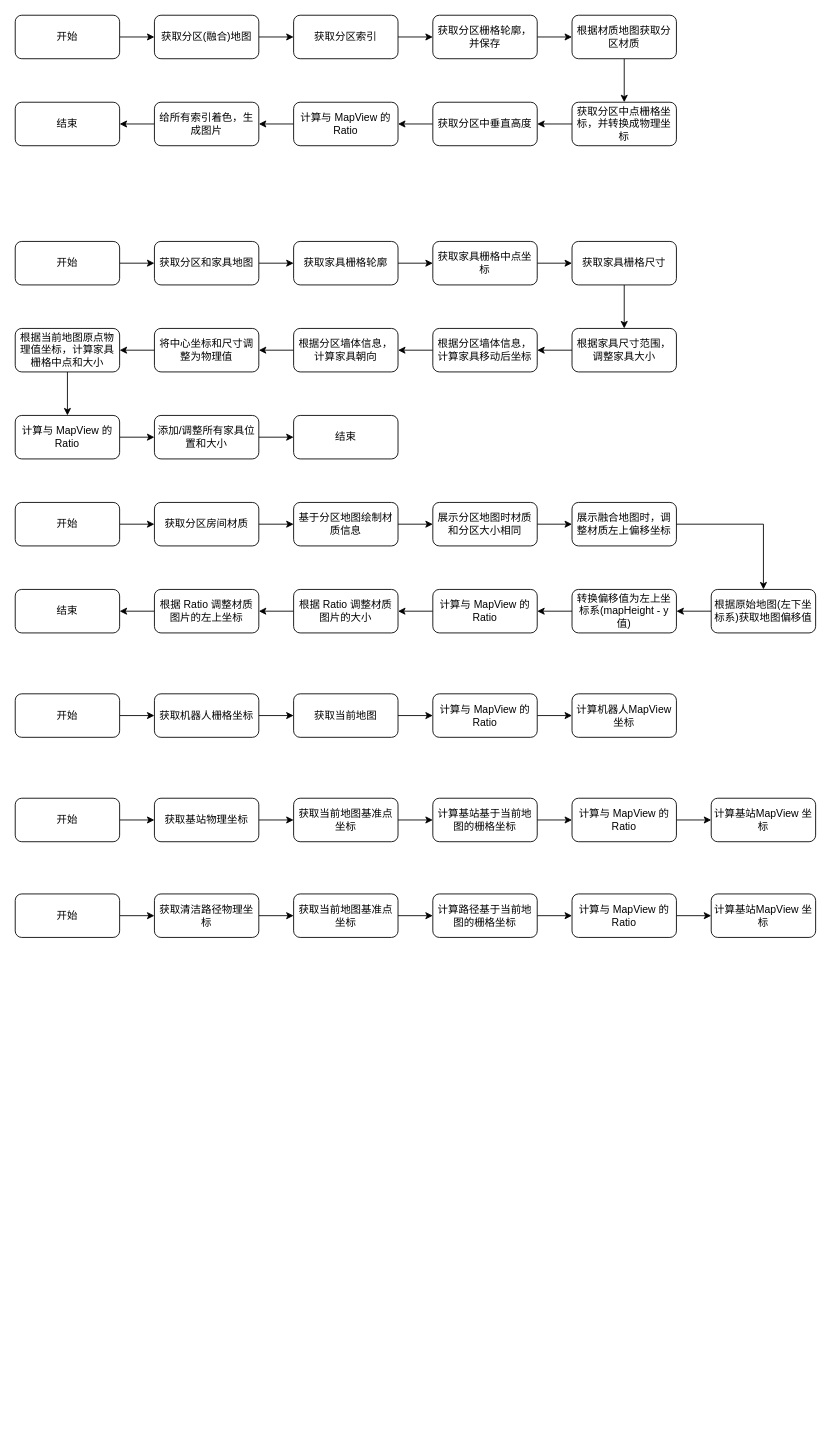
The draw.io diagram 融合地图方案整理.drawio in dev-dylan/draw.io, before the edit. Source tidied: cells renumbered, new cells numbered last; positions are measured from the earlier drawing's top-left corner, leaving out a move shared by most shapes. Both pictures are drawn from the tidied source at 87%, with x=0, y=0 at pixel (15, 15).
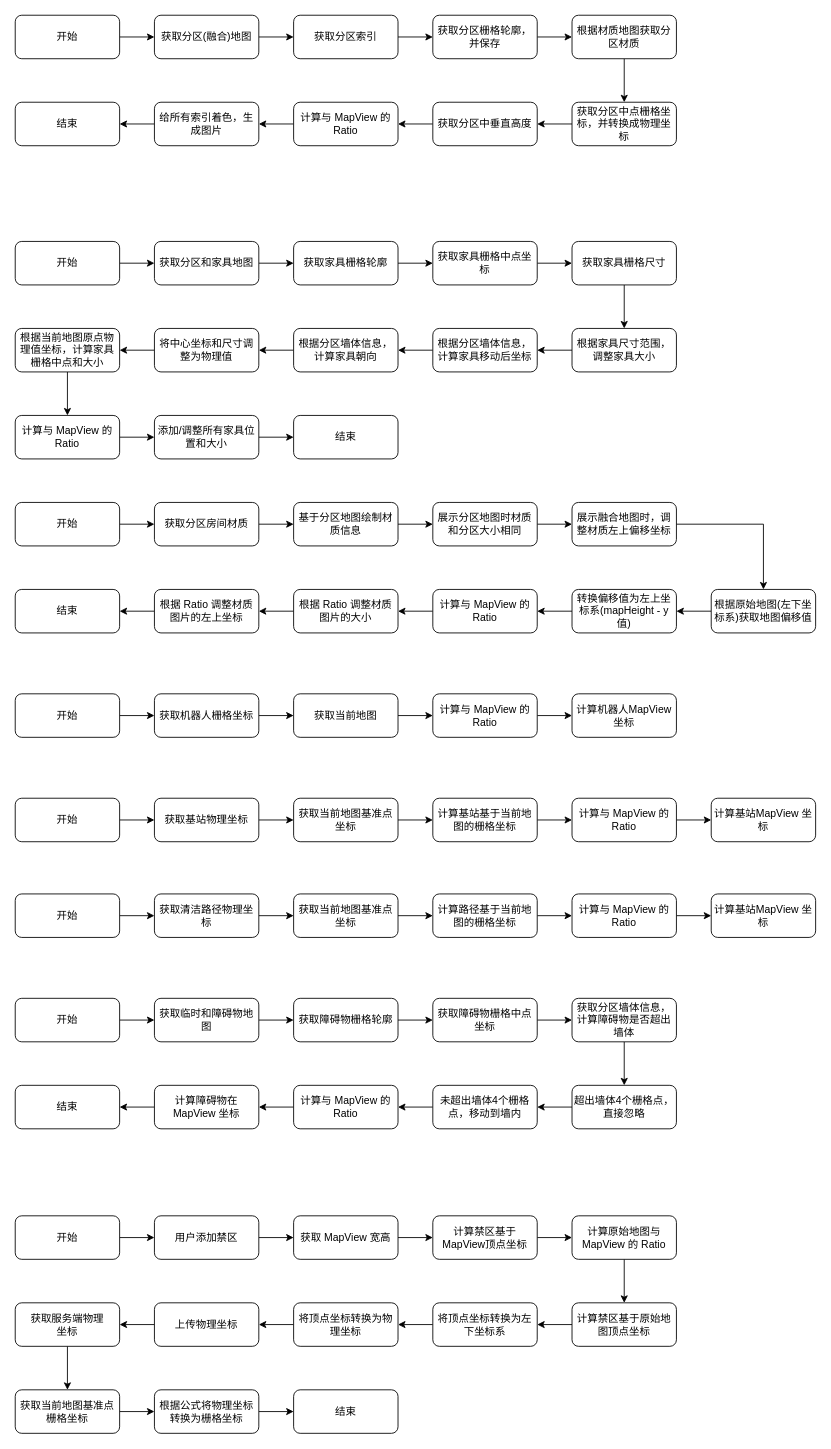
After the change.

Commit message:
更新融合地图方案整理.drawio

Change to the diagram source:
```diff
@@
+    <mxCell id="98" style="edgeStyle=orthogonalEdgeStyle;rounded=0;jettySize=auto;html=1;exitX=1;exitY=0.5;exitDx=0;exitDy=0;" parent="1" edge="1" source="99" target="101">
+      <mxGeometry relative="1" as="geometry" />
+    </mxCell>
+    <mxCell id="99" value="开始" style="rounded=1;whiteSpace=wrap;html=1;" parent="1" vertex="1">
+      <mxGeometry y="1130" width="120" height="50" as="geometry" />
+    </mxCell>
+    <mxCell id="100" style="edgeStyle=orthogonalEdgeStyle;rounded=0;jettySize=auto;html=1;exitX=1;exitY=0.5;exitDx=0;exitDy=0;" parent="1" edge="1" source="101" target="103">
+      <mxGeometry relative="1" as="geometry" />
+    </mxCell>
+    <mxCell id="101" value="获取临时和障碍物地图" style="rounded=1;whiteSpace=wrap;html=1;" parent="1" vertex="1">
+      <mxGeometry x="160" y="1130" width="120" height="50" as="geometry" />
+    </mxCell>
+    <mxCell id="102" style="edgeStyle=orthogonalEdgeStyle;rounded=0;jettySize=auto;html=1;exitX=1;exitY=0.5;exitDx=0;exitDy=0;" parent="1" edge="1" source="103" target="105">
+      <mxGeometry relative="1" as="geometry" />
+    </mxCell>
+    <mxCell id="103" value="获取障碍物栅格轮廓" style="rounded=1;whiteSpace=wrap;html=1;" parent="1" vertex="1">
+      <mxGeometry x="320" y="1130" width="120" height="50" as="geometry" />
+    </mxCell>
+    <mxCell id="104" style="edgeStyle=orthogonalEdgeStyle;rounded=0;jettySize=auto;html=1;exitX=1;exitY=0.5;exitDx=0;exitDy=0;" parent="1" edge="1" source="105" target="107">
+      <mxGeometry relative="1" as="geometry" />
+    </mxCell>
+    <mxCell id="105" value="获取障碍物栅格中点坐标" style="rounded=1;whiteSpace=wrap;html=1;" parent="1" vertex="1">
+      <mxGeometry x="480" y="1130" width="120" height="50" as="geometry" />
+    </mxCell>
+    <mxCell id="106" style="edgeStyle=orthogonalEdgeStyle;rounded=0;jettySize=auto;html=1;exitX=0.5;exitY=1;exitDx=0;exitDy=0;entryX=0.5;entryY=0;entryDx=0;entryDy=0;" parent="1" edge="1" source="107" target="109">
+      <mxGeometry relative="1" as="geometry" />
+    </mxCell>
+    <mxCell id="107" value="获取分区墙体信息，计算障碍物是否超出墙体" style="rounded=1;whiteSpace=wrap;html=1;" parent="1" vertex="1">
+      <mxGeometry x="640" y="1130" width="120" height="50" as="geometry" />
+    </mxCell>
+    <mxCell id="108" style="edgeStyle=orthogonalEdgeStyle;rounded=0;jettySize=auto;html=1;exitX=0;exitY=0.5;exitDx=0;exitDy=0;entryX=1;entryY=0.5;entryDx=0;entryDy=0;" parent="1" edge="1" source="109" target="111">
+      <mxGeometry relative="1" as="geometry" />
+    </mxCell>
+    <mxCell id="109" value="超出墙体4个栅格点，直接忽略" style="rounded=1;whiteSpace=wrap;html=1;" parent="1" vertex="1">
+      <mxGeometry x="640" y="1230" width="120" height="50" as="geometry" />
+    </mxCell>
+    <mxCell id="110" style="edgeStyle=orthogonalEdgeStyle;rounded=0;jettySize=auto;html=1;exitX=0;exitY=0.5;exitDx=0;exitDy=0;entryX=1;entryY=0.5;entryDx=0;entryDy=0;" parent="1" edge="1" source="111" target="114">
+      <mxGeometry relative="1" as="geometry" />
+    </mxCell>
+    <mxCell id="111" value="未超出墙体4个栅格点，移动到墙内" style="rounded=1;whiteSpace=wrap;html=1;" parent="1" vertex="1">
+      <mxGeometry x="480" y="1230" width="120" height="50" as="geometry" />
+    </mxCell>
+    <mxCell id="112" value="结束" style="rounded=1;whiteSpace=wrap;html=1;" parent="1" vertex="1">
+      <mxGeometry y="1230" width="120" height="50" as="geometry" />
+    </mxCell>
+    <mxCell id="113" style="edgeStyle=orthogonalEdgeStyle;rounded=0;jettySize=auto;html=1;exitX=0;exitY=0.5;exitDx=0;exitDy=0;entryX=1;entryY=0.5;entryDx=0;entryDy=0;" parent="1" edge="1" source="114" target="116">
+      <mxGeometry relative="1" as="geometry" />
+    </mxCell>
+    <mxCell id="114" value="计算与 MapView 的 Ratio" style="rounded=1;whiteSpace=wrap;html=1;" parent="1" vertex="1">
+      <mxGeometry x="320" y="1230" width="120" height="50" as="geometry" />
+    </mxCell>
+    <mxCell id="115" style="edgeStyle=orthogonalEdgeStyle;rounded=0;jettySize=auto;html=1;exitX=0;exitY=0.5;exitDx=0;exitDy=0;entryX=1;entryY=0.5;entryDx=0;entryDy=0;" parent="1" edge="1" source="116" target="112">
+      <mxGeometry relative="1" as="geometry" />
+    </mxCell>
+    <mxCell id="116" value="计算障碍物在MapView 坐标" style="rounded=1;whiteSpace=wrap;html=1;" parent="1" vertex="1">
+      <mxGeometry x="160" y="1230" width="120" height="50" as="geometry" />
+    </mxCell>
+    <mxCell id="117" style="edgeStyle=orthogonalEdgeStyle;rounded=0;jettySize=auto;html=1;exitX=1;exitY=0.5;exitDx=0;exitDy=0;" parent="1" edge="1" source="118" target="120">
+      <mxGeometry relative="1" as="geometry" />
+    </mxCell>
+    <mxCell id="118" value="开始" style="rounded=1;whiteSpace=wrap;html=1;" parent="1" vertex="1">
+      <mxGeometry y="1380" width="120" height="50" as="geometry" />
+    </mxCell>
+    <mxCell id="119" style="edgeStyle=orthogonalEdgeStyle;rounded=0;jettySize=auto;html=1;exitX=1;exitY=0.5;exitDx=0;exitDy=0;" parent="1" edge="1" source="120" target="122">
+      <mxGeometry relative="1" as="geometry" />
+    </mxCell>
+    <mxCell id="120" value="用户添加禁区" style="rounded=1;whiteSpace=wrap;html=1;" parent="1" vertex="1">
+      <mxGeometry x="160" y="1380" width="120" height="50" as="geometry" />
+    </mxCell>
+    <mxCell id="121" style="edgeStyle=orthogonalEdgeStyle;rounded=0;jettySize=auto;html=1;exitX=1;exitY=0.5;exitDx=0;exitDy=0;" parent="1" edge="1" source="122" target="124">
+      <mxGeometry relative="1" as="geometry" />
+    </mxCell>
+    <mxCell id="122" value="获取 MapView 宽高" style="rounded=1;whiteSpace=wrap;html=1;" parent="1" vertex="1">
+      <mxGeometry x="320" y="1380" width="120" height="50" as="geometry" />
+    </mxCell>
+    <mxCell id="123" style="edgeStyle=orthogonalEdgeStyle;rounded=0;jettySize=auto;html=1;exitX=1;exitY=0.5;exitDx=0;exitDy=0;" parent="1" edge="1" source="124" target="126">
+      <mxGeometry relative="1" as="geometry" />
+    </mxCell>
+    <mxCell id="124" value="计算禁区基于 MapView顶点坐标" style="rounded=1;whiteSpace=wrap;html=1;" parent="1" vertex="1">
+      <mxGeometry x="480" y="1380" width="120" height="50" as="geometry" />
+    </mxCell>
+    <mxCell id="125" style="edgeStyle=orthogonalEdgeStyle;rounded=0;jettySize=auto;html=1;exitX=0.5;exitY=1;exitDx=0;exitDy=0;entryX=0.5;entryY=0;entryDx=0;entryDy=0;" parent="1" edge="1" source="126" target="128">
+      <mxGeometry relative="1" as="geometry" />
+    </mxCell>
+    <mxCell id="126" value="计算原始地图与 MapView 的 Ratio" style="rounded=1;whiteSpace=wrap;html=1;" parent="1" vertex="1">
+      <mxGeometry x="640" y="1380" width="120" height="50" as="geometry" />
+    </mxCell>
+    <mxCell id="127" style="edgeStyle=orthogonalEdgeStyle;rounded=0;jettySize=auto;html=1;exitX=0;exitY=0.5;exitDx=0;exitDy=0;entryX=1;entryY=0.5;entryDx=0;entryDy=0;" parent="1" edge="1" source="128" target="130">
+      <mxGeometry relative="1" as="geometry" />
+    </mxCell>
+    <mxCell id="128" value="计算禁区基于原始地图顶点坐标" style="rounded=1;whiteSpace=wrap;html=1;" parent="1" vertex="1">
+      <mxGeometry x="640" y="1480" width="120" height="50" as="geometry" />
+    </mxCell>
+    <mxCell id="129" style="edgeStyle=orthogonalEdgeStyle;rounded=0;jettySize=auto;html=1;exitX=0;exitY=0.5;exitDx=0;exitDy=0;entryX=1;entryY=0.5;entryDx=0;entryDy=0;" parent="1" edge="1" source="130" target="134">
+      <mxGeometry relative="1" as="geometry" />
+    </mxCell>
+    <mxCell id="130" value="将顶点坐标转换为左下坐标系" style="rounded=1;whiteSpace=wrap;html=1;" parent="1" vertex="1">
+      <mxGeometry x="480" y="1480" width="120" height="50" as="geometry" />
+    </mxCell>
+    <mxCell id="131" style="edgeStyle=orthogonalEdgeStyle;rounded=0;jettySize=auto;html=1;exitX=0.5;exitY=1;exitDx=0;exitDy=0;entryX=0.5;entryY=0;entryDx=0;entryDy=0;" parent="1" edge="1" source="132" target="138">
+      <mxGeometry relative="1" as="geometry" />
+    </mxCell>
+    <mxCell id="132" value="获取服务端物理&lt;br&gt;坐标" style="rounded=1;whiteSpace=wrap;html=1;" parent="1" vertex="1">
+      <mxGeometry y="1480" width="120" height="50" as="geometry" />
+    </mxCell>
+    <mxCell id="133" style="edgeStyle=orthogonalEdgeStyle;rounded=0;jettySize=auto;html=1;exitX=0;exitY=0.5;exitDx=0;exitDy=0;entryX=1;entryY=0.5;entryDx=0;entryDy=0;" parent="1" edge="1" source="134" target="136">
+      <mxGeometry relative="1" as="geometry" />
+    </mxCell>
+    <mxCell id="134" value="将顶点坐标转换为物理坐标" style="rounded=1;whiteSpace=wrap;html=1;" parent="1" vertex="1">
+      <mxGeometry x="320" y="1480" width="120" height="50" as="geometry" />
+    </mxCell>
+    <mxCell id="135" style="edgeStyle=orthogonalEdgeStyle;rounded=0;jettySize=auto;html=1;exitX=0;exitY=0.5;exitDx=0;exitDy=0;entryX=1;entryY=0.5;entryDx=0;entryDy=0;" parent="1" edge="1" source="136" target="132">
+      <mxGeometry relative="1" as="geometry" />
+    </mxCell>
+    <mxCell id="136" value="上传物理坐标" style="rounded=1;whiteSpace=wrap;html=1;" parent="1" vertex="1">
+      <mxGeometry x="160" y="1480" width="120" height="50" as="geometry" />
+    </mxCell>
+    <mxCell id="137" style="edgeStyle=orthogonalEdgeStyle;rounded=0;jettySize=auto;html=1;exitX=1;exitY=0.5;exitDx=0;exitDy=0;" parent="1" edge="1" source="138" target="140">
+      <mxGeometry relative="1" as="geometry" />
+    </mxCell>
+    <mxCell id="138" value="获取当前地图基准点栅格坐标" style="rounded=1;whiteSpace=wrap;html=1;" parent="1" vertex="1">
+      <mxGeometry y="1580" width="120" height="50" as="geometry" />
+    </mxCell>
+    <mxCell id="139" style="edgeStyle=orthogonalEdgeStyle;rounded=0;jettySize=auto;html=1;exitX=1;exitY=0.5;exitDx=0;exitDy=0;" parent="1" edge="1" source="140" target="141">
+      <mxGeometry relative="1" as="geometry" />
+    </mxCell>
+    <mxCell id="140" value="根据公式将物理坐标转换为栅格坐标" style="rounded=1;whiteSpace=wrap;html=1;" parent="1" vertex="1">
+      <mxGeometry x="160" y="1580" width="120" height="50" as="geometry" />
+    </mxCell>
+    <mxCell id="141" value="结束" style="rounded=1;whiteSpace=wrap;html=1;" parent="1" vertex="1">
+      <mxGeometry x="320" y="1580" width="120" height="50" as="geometry" />
+    </mxCell>
```
